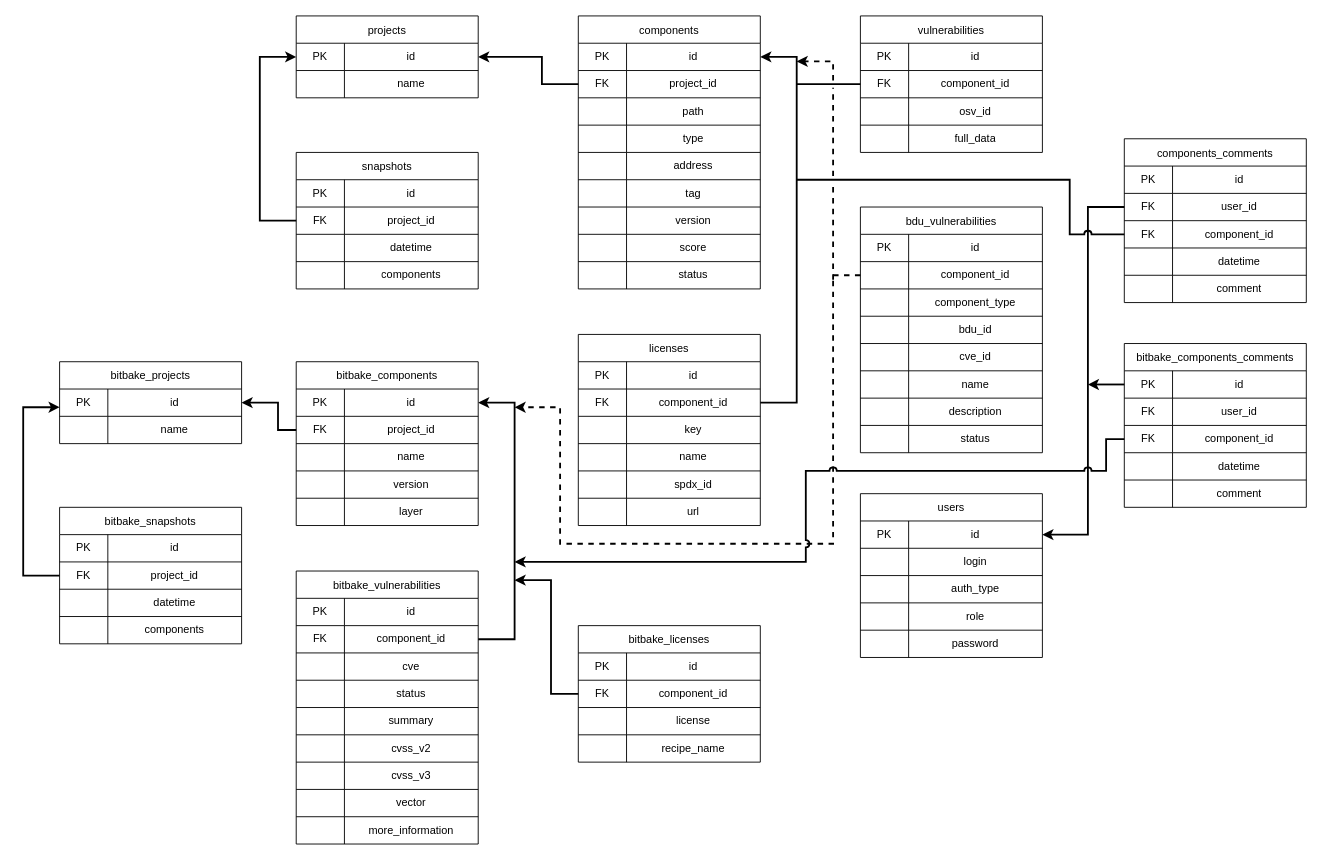
Above: backend/app/repository/db_schema.drawio in DorofD/VulnScanC (draw.io), before the change. Source tidied: cells renumbered, new cells numbered last; positions are measured from the earlier drawing's top-left corner, leaving out a move shared by most shapes. Both pictures are drawn from the tidied source at 91%, with x=0, y=0 at pixel (23, 15).
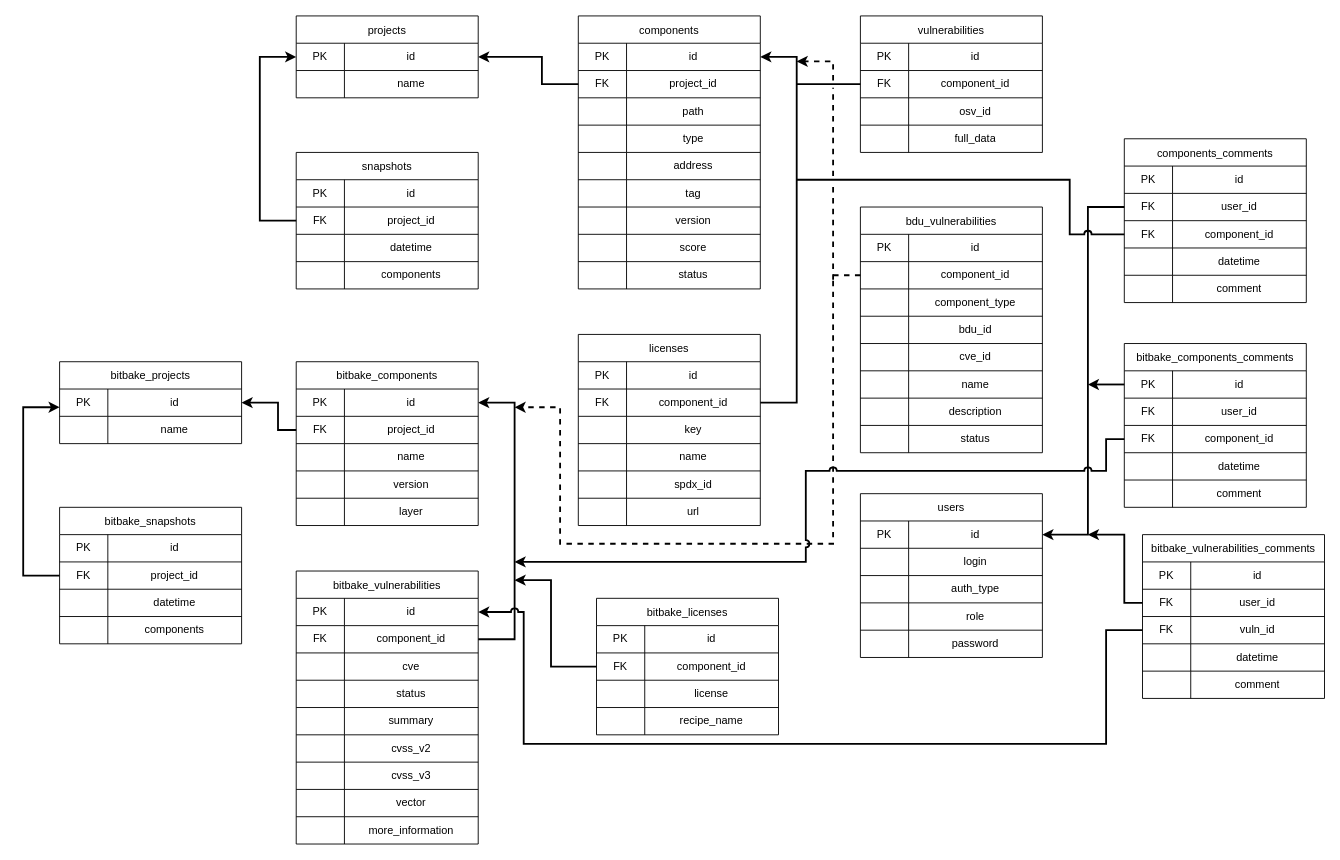
The same diagram, later.

Commit message (it also covers changes not shown here):
комментарии для уязвимостей bitbake

Unchanged cells that the change refers to:
```xml
<mxCell id="151" style="shape=tableRow;horizontal=0;startSize=0;swimlaneHead=0;swimlaneBody=0;strokeColor=inherit;top=0;left=0;bottom=0;right=0;fillColor=none;points=[[0,0.5],[1,0.5]];portConstraint=eastwest;" parent="150" vertex="1">
  <mxGeometry y="30" width="200" height="30" as="geometry" />
</mxCell>
<mxCell id="218" style="shape=tableRow;horizontal=0;startSize=0;swimlaneHead=0;swimlaneBody=0;strokeColor=inherit;top=0;left=0;bottom=0;right=0;fillColor=none;points=[[0,0.5],[1,0.5]];portConstraint=eastwest;" parent="214" vertex="1">
  <mxGeometry y="60" width="200" height="30" as="geometry" />
</mxCell>
```

What changed in the source:
```diff
@@
     <mxCell id="214" value="bitbake_licenses" style="shape=table;startSize=30;childLayout=tableLayout;" parent="1" vertex="1">
-      <mxGeometry x="610" y="670" width="200" height="150" as="geometry" />
+      <mxGeometry x="630" y="640" width="200" height="150" as="geometry" />
     </mxCell>
@@
     <mxCell id="227" style="endArrow=classic;html=1;rounded=0;exitX=0;exitY=0.5;exitDx=0;exitDy=0;strokeWidth=2;" parent="1" edge="1" source="218">
       <mxGeometry relative="1" as="geometry">
         <mxPoint x="540" y="620" as="targetPoint" />
         <Array as="points">
-          <mxPoint x="580" y="745" />
+          <mxPoint x="580" y="715" />
           <mxPoint x="580" y="620" />
         </Array>
       </mxGeometry>
     </mxCell>
@@
+    <mxCell id="246" value="bitbake_vulnerabilities_comments" style="shape=table;startSize=30;childLayout=tableLayout;" parent="1" vertex="1">
+      <mxGeometry x="1230" y="570" width="200" height="180" as="geometry" />
+    </mxCell>
+    <mxCell id="247" style="shape=tableRow;horizontal=0;startSize=0;swimlaneHead=0;swimlaneBody=0;strokeColor=inherit;top=0;left=0;bottom=0;right=0;fillColor=none;" parent="246" vertex="1">
+      <mxGeometry y="30" width="200" height="30" as="geometry" />
+    </mxCell>
+    <mxCell id="248" value="PK" style="shape=partialRectangle;html=1;whiteSpace=wrap;strokeColor=inherit;overflow=hidden;fillColor=none;top=0;left=0;bottom=0;right=0;" parent="247" vertex="1">
+      <mxGeometry width="53" height="30" as="geometry" />
+    </mxCell>
+    <mxCell id="249" value="id" style="shape=partialRectangle;html=1;whiteSpace=wrap;strokeColor=inherit;overflow=hidden;fillColor=none;top=0;left=0;bottom=0;right=0;" parent="247" vertex="1">
+      <mxGeometry x="53" width="147" height="30" as="geometry" />
+    </mxCell>
+    <mxCell id="250" style="shape=tableRow;horizontal=0;startSize=0;swimlaneHead=0;swimlaneBody=0;strokeColor=inherit;top=0;left=0;bottom=0;right=0;fillColor=none;points=[[0,0.5],[1,0.5]];portConstraint=eastwest;" parent="246" vertex="1">
+      <mxGeometry y="60" width="200" height="30" as="geometry" />
+    </mxCell>
+    <mxCell id="251" value="FK" style="shape=partialRectangle;html=1;whiteSpace=wrap;strokeColor=inherit;overflow=hidden;fillColor=none;top=0;left=0;bottom=0;right=0;" parent="250" vertex="1">
+      <mxGeometry width="53" height="30" as="geometry" />
+    </mxCell>
+    <mxCell id="252" value="user_id" style="shape=partialRectangle;html=1;whiteSpace=wrap;strokeColor=inherit;overflow=hidden;fillColor=none;top=0;left=0;bottom=0;right=0;" parent="250" vertex="1">
+      <mxGeometry x="53" width="147" height="30" as="geometry" />
+    </mxCell>
+    <mxCell id="253" style="shape=tableRow;horizontal=0;startSize=0;swimlaneHead=0;swimlaneBody=0;strokeColor=inherit;top=0;left=0;bottom=0;right=0;fillColor=none;points=[[0,0.5],[1,0.5]];portConstraint=eastwest;" parent="246" vertex="1">
+      <mxGeometry y="90" width="200" height="30" as="geometry" />
+    </mxCell>
+    <mxCell id="254" value="FK" style="shape=partialRectangle;html=1;whiteSpace=wrap;strokeColor=inherit;overflow=hidden;fillColor=none;top=0;left=0;bottom=0;right=0;" parent="253" vertex="1">
+      <mxGeometry width="53" height="30" as="geometry" />
+    </mxCell>
+    <mxCell id="255" value="vuln_id" style="shape=partialRectangle;html=1;whiteSpace=wrap;strokeColor=inherit;overflow=hidden;fillColor=none;top=0;left=0;bottom=0;right=0;" parent="253" vertex="1">
+      <mxGeometry x="53" width="147" height="30" as="geometry" />
+    </mxCell>
+    <mxCell id="256" style="shape=tableRow;horizontal=0;startSize=0;swimlaneHead=0;swimlaneBody=0;strokeColor=inherit;top=0;left=0;bottom=0;right=0;fillColor=none;" parent="246" vertex="1">
+      <mxGeometry y="120" width="200" height="30" as="geometry" />
+    </mxCell>
+    <mxCell id="257" style="shape=partialRectangle;html=1;whiteSpace=wrap;strokeColor=inherit;overflow=hidden;fillColor=none;top=0;left=0;bottom=0;right=0;" parent="256" vertex="1">
+      <mxGeometry width="53" height="30" as="geometry" />
+    </mxCell>
+    <mxCell id="258" value="datetime" style="shape=partialRectangle;html=1;whiteSpace=wrap;strokeColor=inherit;overflow=hidden;fillColor=none;top=0;left=0;bottom=0;right=0;" parent="256" vertex="1">
+      <mxGeometry x="53" width="147" height="30" as="geometry" />
+    </mxCell>
+    <mxCell id="259" style="shape=tableRow;horizontal=0;startSize=0;swimlaneHead=0;swimlaneBody=0;strokeColor=inherit;top=0;left=0;bottom=0;right=0;fillColor=none;" parent="246" vertex="1">
+      <mxGeometry y="150" width="200" height="30" as="geometry" />
+    </mxCell>
+    <mxCell id="260" style="shape=partialRectangle;html=1;whiteSpace=wrap;strokeColor=inherit;overflow=hidden;fillColor=none;top=0;left=0;bottom=0;right=0;" parent="259" vertex="1">
+      <mxGeometry width="53" height="30" as="geometry" />
+    </mxCell>
+    <mxCell id="261" value="comment" style="shape=partialRectangle;html=1;whiteSpace=wrap;strokeColor=inherit;overflow=hidden;fillColor=none;top=0;left=0;bottom=0;right=0;" parent="259" vertex="1">
+      <mxGeometry x="53" width="147" height="30" as="geometry" />
+    </mxCell>
+    <mxCell id="262" style="endArrow=classic;html=1;rounded=0;strokeWidth=2;exitX=0;exitY=0.5;exitDx=0;exitDy=0;" parent="1" edge="1" source="250">
+      <mxGeometry relative="1" as="geometry">
+        <mxPoint x="1170" y="570" as="targetPoint" />
+        <Array as="points">
+          <mxPoint x="1210" y="645" />
+          <mxPoint x="1210" y="570" />
+        </Array>
+      </mxGeometry>
+    </mxCell>
+    <mxCell id="263" style="endArrow=classic;html=1;rounded=0;strokeWidth=2;exitX=0;exitY=0.5;exitDx=0;exitDy=0;entryX=1;entryY=0.5;entryDx=0;entryDy=0;jumpStyle=arc;" parent="1" edge="1" source="253" target="151">
+      <mxGeometry relative="1" as="geometry">
+        <Array as="points">
+          <mxPoint x="1190" y="675" />
+          <mxPoint x="1190" y="800" />
+          <mxPoint x="550" y="800" />
+          <mxPoint x="550" y="655" />
+        </Array>
+      </mxGeometry>
+    </mxCell>
```
